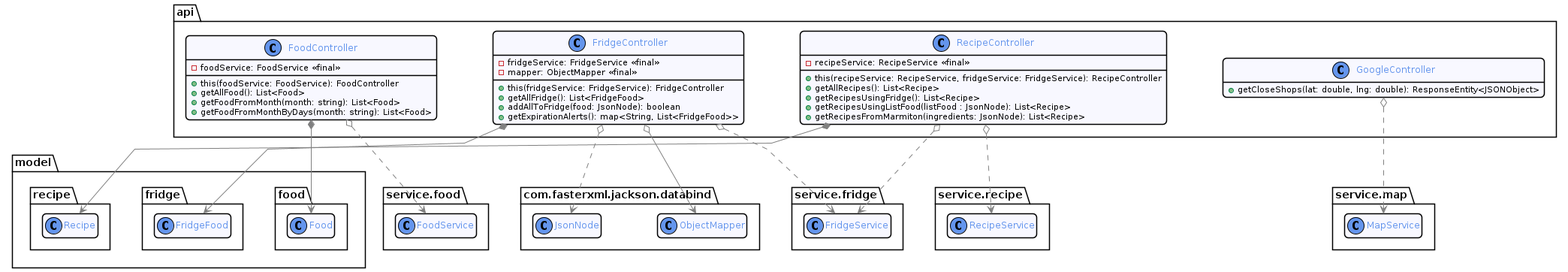
This is docs/diagram/out/api.png from romainvacheret/wadge-backend, a PlantUML export, as it was before one commit.
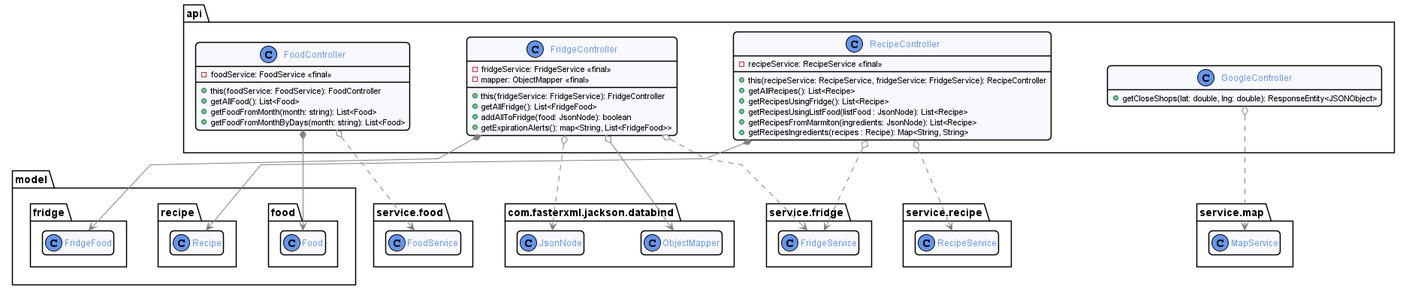
After the commit.

Commit message:
docs: change classes diagrams

Diff of the diagram source:
```diff
@@ -61,6 +61,7 @@
         + getRecipesUsingFridge(): List<Recipe>
         + getRecipesUsingListFood(listFood : JsonNode): List<Recipe>
         + getRecipesFromMarmiton(ingredients: JsonNode): List<Recipe>
+        + getRecipesIngredients(recipes : Recipe): Map<String, String>
     }
 
     class GoogleController {
```
